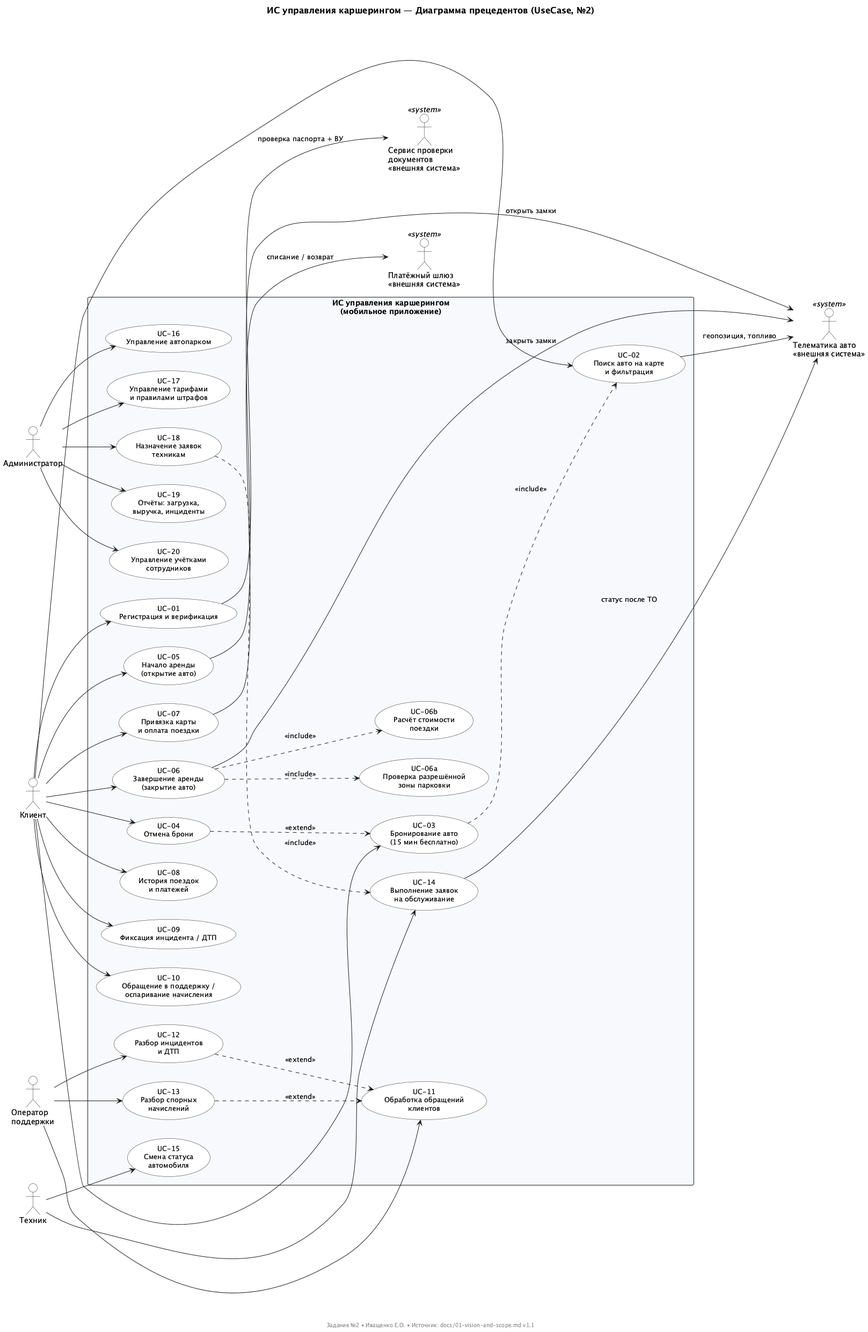
Earlier version of the PlantUML export docs/02-usecase-diagram/usecase.png (AlexanderBobrenko/carsharing-is).
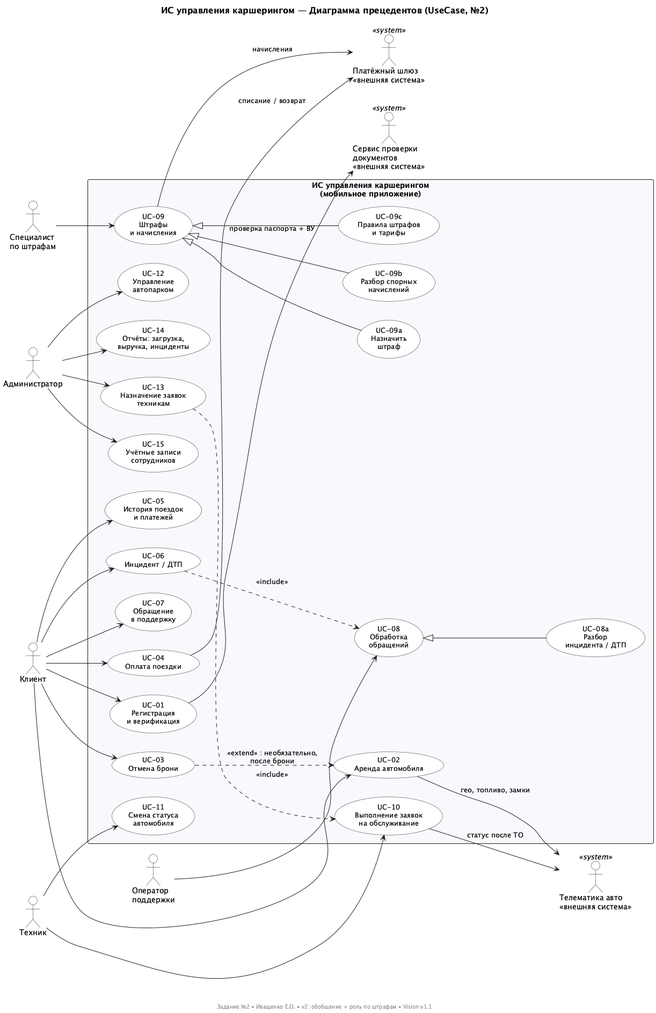
Later version of the same file.

Commit message:
task-02: v2 диаграммы прецедентов

- отдельная роль «Специалист по штрафам»
- компактнее: обобщение UC-08a/UC-09a-c, актор связан с общим UC
- отмена брони — отдельный extend, необязательна после брони
- из прецедентов убрано время 15 минут (перенесено в бизнес-правила)
- README обновлён под v2

What changed in the source:
```diff
@@ -26,35 +26,38 @@
 
 actor "Клиент" as A_Client
 actor "Оператор\nподдержки" as A_Operator
+actor "Специалист\nпо штрафам" as A_Fines
 actor "Техник" as A_Tech
 actor "Администратор" as A_Admin
+actor "Сервис проверки\nдокументов\n<<внешняя система>>" as E_Docs << system >>
 actor "Платёжный шлюз\n<<внешняя система>>" as E_Pay << system >>
 actor "Телематика авто\n<<внешняя система>>" as E_Tele << system >>
-actor "Сервис проверки\nдокументов\n<<внешняя система>>" as E_Docs << system >>
 
 rectangle "ИС управления каршерингом\n(мобильное приложение)" {
-  usecase "UC-01\nРегистрация и верификация" as UC01
-  usecase "UC-02\nПоиск авто на карте\nи фильтрация" as UC02
-  usecase "UC-03\nБронирование авто\n(15 мин бесплатно)" as UC03
-  usecase "UC-04\nОтмена брони" as UC04
-  usecase "UC-05\nНачало аренды\n(открытие авто)" as UC05
-  usecase "UC-06\nЗавершение аренды\n(закрытие авто)" as UC06
-  usecase "UC-06a\nПроверка разрешённой\nзоны парковки" as UC06a
-  usecase "UC-06b\nРасчёт стоимости\nпоездки" as UC06b
-  usecase "UC-07\nПривязка карты\nи оплата поездки" as UC07
-  usecase "UC-08\nИстория поездок\nи платежей" as UC08
-  usecase "UC-09\nФиксация инцидента / ДТП" as UC09
-  usecase "UC-10\nОбращение в поддержку /\nоспаривание начисления" as UC10
-  usecase "UC-11\nОбработка обращений\nклиентов" as UC11
-  usecase "UC-12\nРазбор инцидентов\nи ДТП" as UC12
-  usecase "UC-13\nРазбор спорных\nначислений" as UC13
-  usecase "UC-14\nВыполнение заявок\nна обслуживание" as UC14
-  usecase "UC-15\nСмена статуса\nавтомобиля" as UC15
-  usecase "UC-16\nУправление автопарком" as UC16
-  usecase "UC-17\nУправление тарифами\nи правилами штрафов" as UC17
-  usecase "UC-18\nНазначение заявок\nтехникам" as UC18
-  usecase "UC-19\nОтчёты: загрузка,\nвыручка, инциденты" as UC19
-  usecase "UC-20\nУправление учётками\nсотрудников" as UC20
+
+  usecase "UC-01\nРегистрация\nи верификация" as UC01
+  usecase "UC-02\nАренда автомобиля" as UC02
+  usecase "UC-03\nОтмена брони" as UC03
+  usecase "UC-04\nОплата поездки" as UC04
+  usecase "UC-05\nИстория поездок\nи платежей" as UC05
+  usecase "UC-06\nИнцидент / ДТП" as UC06
+  usecase "UC-07\nОбращение\nв поддержку" as UC07
+
+  usecase "UC-08\nОбработка\nобращений" as UC08
+  usecase "UC-08a\nРазбор\nинцидента / ДТП" as UC08a
+
+  usecase "UC-09\nШтрафы\nи начисления" as UC09
+  usecase "UC-09a\nНазначить\nштраф" as UC09a
+  usecase "UC-09b\nРазбор спорных\nначислений" as UC09b
+  usecase "UC-09c\nПравила штрафов\nи тарифы" as UC09c
+
+  usecase "UC-10\nВыполнение заявок\nна обслуживание" as UC10
+  usecase "UC-11\nСмена статуса\nавтомобиля" as UC11
+
+  usecase "UC-12\nУправление\nавтопарком" as UC12
+  usecase "UC-13\nНазначение заявок\nтехникам" as UC13
+  usecase "UC-14\nОтчёты: загрузка,\nвыручка, инциденты" as UC14
+  usecase "UC-15\nУчётные записи\nсотрудников" as UC15
 }
 
 A_Client --> UC01
@@ -64,35 +67,30 @@
 A_Client --> UC05
 A_Client --> UC06
 A_Client --> UC07
-A_Client --> UC08
-A_Client --> UC09
-A_Client --> UC10
 
-A_Operator --> UC11
-A_Operator --> UC12
-A_Operator --> UC13
-A_Tech --> UC14
-A_Tech --> UC15
-A_Admin --> UC16
-A_Admin --> UC17
-A_Admin --> UC18
-A_Admin --> UC19
-A_Admin --> UC20
+A_Operator --> UC08
+A_Fines --> UC09
+A_Tech --> UC10
+A_Tech --> UC11
+A_Admin --> UC12
+A_Admin --> UC13
+A_Admin --> UC14
+A_Admin --> UC15
+
+UC08a -up-|> UC08
+UC09a -up-|> UC09
+UC09b -up-|> UC09
+UC09c -up-|> UC09
+
+UC03 ..> UC02 : <<extend>> : необязательно,\nпосле брони
+UC06 ..> UC08 : <<include>>
+UC13 ..> UC10 : <<include>>
 
 UC01 --> E_Docs : проверка паспорта + ВУ
-UC02 --> E_Tele : геопозиция, топливо
-UC05 --> E_Tele : открыть замки
-UC06 --> E_Tele : закрыть замки
-UC07 --> E_Pay : списание / возврат
-UC14 --> E_Tele : статус после ТО
+UC02 --> E_Tele : гео, топливо, замки
+UC04 --> E_Pay : списание / возврат
+UC09 --> E_Pay : начисления
+UC10 --> E_Tele : статус после ТО
 
-UC03 ..> UC02 : <<include>>
-UC04 ..> UC03 : <<extend>>
-UC06 ..> UC06a : <<include>>
-UC06 ..> UC06b : <<include>>
-UC12 ..> UC11 : <<extend>>
-UC13 ..> UC11 : <<extend>>
-UC18 ..> UC14 : <<include>>
-
-footer Задание №2 • Иващенко Е.О. • Источник: docs/01-vision-and-scope.md v1.1
+footer Задание №2 • Иващенко Е.О. • v2: обобщение + роль по штрафам • Vision v1.1
 @enduml
```
